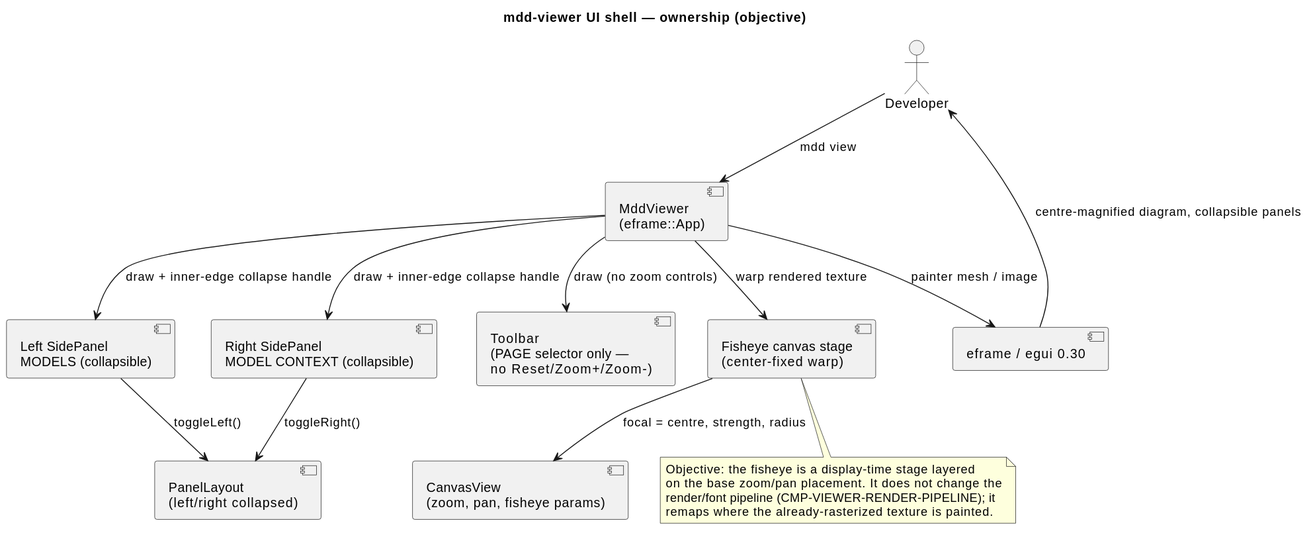
Above: .mdd/rendered/models/objective/components/viewer-shell.svg in cthadeufaria/model-driven-development (PlantUML), before the change. The source it was exported from:
```plantuml
@startuml
title mdd-viewer UI shell — ownership (objective)

actor "Developer" as Dev

component "MddViewer\n(eframe::App)" as Viewer
component "Left SidePanel\nMODELS (collapsible)" as Left
component "Right SidePanel\nMODEL CONTEXT (collapsible)" as Right
component "Toolbar\n(PAGE selector only —\nno Reset/Zoom+/Zoom-)" as Toolbar
component "Fisheye canvas stage\n(center-fixed warp)" as Fisheye
component "PanelLayout\n(left/right collapsed)" as PL
component "CanvasView\n(zoom, pan, fisheye params)" as CV
component "eframe / egui 0.30" as Egui

Dev --> Viewer : mdd view
Viewer --> Left : draw + inner-edge collapse handle
Viewer --> Right : draw + inner-edge collapse handle
Left --> PL : toggleLeft()
Right --> PL : toggleRight()
Viewer --> Toolbar : draw (no zoom controls)
Viewer --> Fisheye : warp rendered texture
Fisheye --> CV : focal = centre, strength, radius
Viewer --> Egui : painter mesh / image
Egui --> Dev : centre-magnified diagram, collapsible panels

note bottom of Fisheye
  Objective: the fisheye is a display-time stage layered
  on the base zoom/pan placement. It does not change the
  render/font pipeline (CMP-VIEWER-RENDER-PIPELINE); it
  remaps where the already-rasterized texture is painted.
end note
@enduml
```
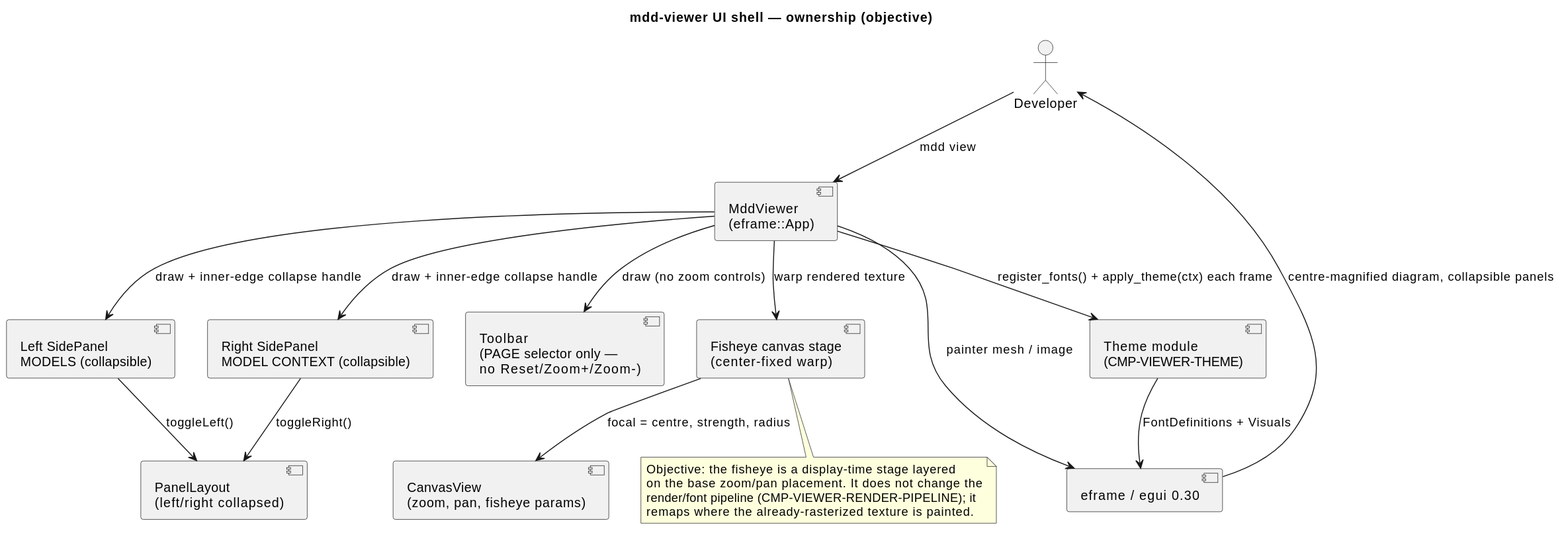
Above is the later version.

Change to the diagram source:
```diff
@@ -11,8 +11,11 @@
 component "PanelLayout\n(left/right collapsed)" as PL
 component "CanvasView\n(zoom, pan, fisheye params)" as CV
 component "eframe / egui 0.30" as Egui
+component "Theme module\n(CMP-VIEWER-THEME)" as Theme
 
 Dev --> Viewer : mdd view
+Viewer --> Theme : register_fonts() + apply_theme(ctx) each frame
+Theme --> Egui : FontDefinitions + Visuals
 Viewer --> Left : draw + inner-edge collapse handle
 Viewer --> Right : draw + inner-edge collapse handle
 Left --> PL : toggleLeft()
```
